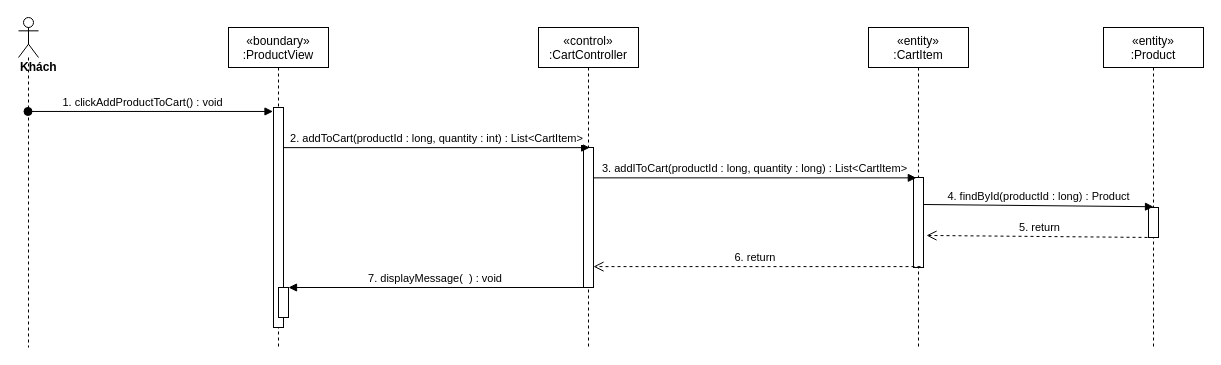
Above: sequence diagram/add-product-toCart-sequence.drawio in nguyenphamvan/datn_20202 (draw.io), before the change. Source tidied: cells renumbered, new cells numbered last; positions are measured from the earlier drawing's top-left corner, leaving out a move shared by most shapes. Both pictures are drawn from the tidied source at 100%, with x=0, y=0 at pixel (18, 17).
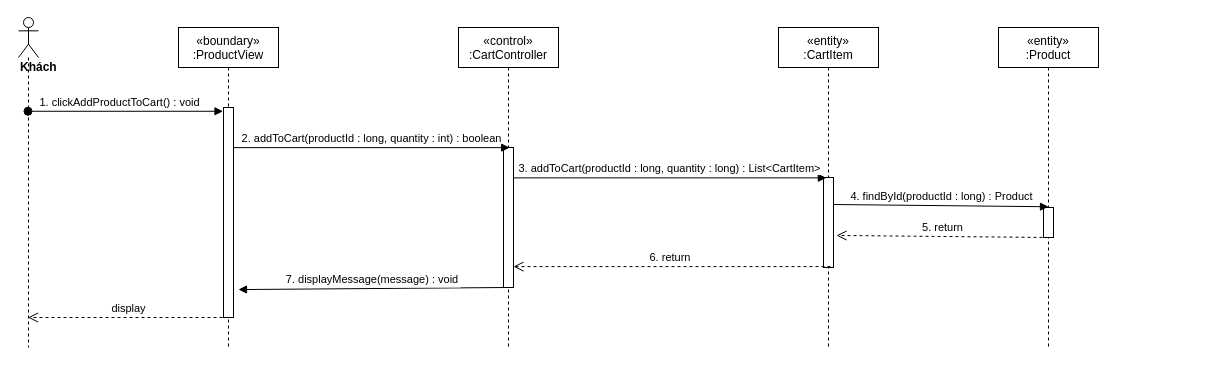
After the change.

What changed in the source:
```diff
@@
 <mxGraphModel>
   <root>
     <mxCell id="0" />
     <mxCell id="1" parent="0" />
     <mxCell id="2" value="«boundary»&#10;:ProductView" style="shape=umlLifeline;perimeter=lifelinePerimeter;rounded=0;shadow=0;strokeWidth=1;" parent="1" vertex="1">
-      <mxGeometry x="210" y="10" width="100" height="320" as="geometry" />
+      <mxGeometry x="160" y="10" width="100" height="320" as="geometry" />
     </mxCell>
     <mxCell id="3" style="points=[];perimeter=orthogonalPerimeter;rounded=0;shadow=0;strokeWidth=1;" parent="2" vertex="1">
-      <mxGeometry x="45" y="80" width="10" height="220" as="geometry" />
+      <mxGeometry x="45" y="80" width="10" height="210" as="geometry" />
     </mxCell>
-    <mxCell id="4" style="html=1;points=[];perimeter=orthogonalPerimeter;" parent="2" vertex="1">
-      <mxGeometry x="50" y="260" width="10" height="30" as="geometry" />
-    </mxCell>
     <mxCell id="5" value="«control»&#10;:CartController" style="shape=umlLifeline;perimeter=lifelinePerimeter;rounded=0;shadow=0;strokeWidth=1;" parent="1" vertex="1">
-      <mxGeometry x="520" y="10" width="100" height="320" as="geometry" />
+      <mxGeometry x="440" y="10" width="100" height="320" as="geometry" />
     </mxCell>
     <mxCell id="6" style="points=[];perimeter=orthogonalPerimeter;rounded=0;shadow=0;strokeWidth=1;" parent="5" vertex="1">
       <mxGeometry x="45" y="120" width="10" height="140" as="geometry" />
     </mxCell>
     <mxCell id="7" value="&lt;div&gt;&lt;b&gt;Khách&lt;/b&gt;&lt;/div&gt;" style="shape=umlLifeline;participant=umlActor;perimeter=lifelinePerimeter;whiteSpace=wrap;html=1;verticalAlign=top;spacingTop=36;outlineConnect=0;align=left;" parent="1" vertex="1">
       <mxGeometry width="20" height="330" as="geometry" />
     </mxCell>
     <mxCell id="8" value="1. clickAddProductToCart() : void" style="verticalAlign=bottom;startArrow=oval;endArrow=block;startSize=8;shadow=0;strokeWidth=1;entryX=-0.05;entryY=0.018;entryDx=0;entryDy=0;entryPerimeter=0;" parent="1" edge="1" source="7" target="3">
       <mxGeometry x="-0.06" relative="1" as="geometry" />
     </mxCell>
     <mxCell id="9" value="«entity»&#10;:CartItem" style="shape=umlLifeline;perimeter=lifelinePerimeter;rounded=0;shadow=0;strokeWidth=1;" parent="1" vertex="1">
-      <mxGeometry x="850" y="10" width="100" height="320" as="geometry" />
+      <mxGeometry x="760" y="10" width="100" height="320" as="geometry" />
     </mxCell>
     <mxCell id="10" style="points=[];perimeter=orthogonalPerimeter;rounded=0;shadow=0;strokeWidth=1;" parent="9" vertex="1">
       <mxGeometry x="45" y="150" width="10" height="90" as="geometry" />
     </mxCell>
-    <mxCell id="11" value="2. addToCart(productId : long, quantity : int) : List&amp;lt;CartItem&amp;gt;" style="html=1;verticalAlign=bottom;endArrow=block;entryX=0.617;entryY=0.001;entryDx=0;entryDy=0;entryPerimeter=0;" parent="1" edge="1" source="3" target="6">
+    <mxCell id="11" value="2. addToCart(productId : long, quantity : int) : boolean" style="html=1;verticalAlign=bottom;endArrow=block;entryX=0.617;entryY=0.001;entryDx=0;entryDy=0;entryPerimeter=0;" parent="1" edge="1" source="3" target="6">
       <mxGeometry relative="1" as="geometry" />
     </mxCell>
-    <mxCell id="12" value="3. addIToCart(productId : long, quantity : long) : List&amp;lt;CartItem&amp;gt;" style="html=1;verticalAlign=bottom;endArrow=block;entryX=0.283;entryY=0.004;entryDx=0;entryDy=0;entryPerimeter=0;" parent="1" edge="1" source="6" target="10">
+    <mxCell id="12" value="3. addToCart(productId : long, quantity : long) : List&amp;lt;CartItem&amp;gt;" style="html=1;verticalAlign=bottom;endArrow=block;entryX=0.283;entryY=0.004;entryDx=0;entryDy=0;entryPerimeter=0;" parent="1" edge="1" source="6" target="10">
       <mxGeometry relative="1" as="geometry" />
     </mxCell>
     <mxCell id="13" value="6. return&amp;nbsp;" style="html=1;verticalAlign=bottom;endArrow=open;dashed=1;endSize=8;exitX=0.7;exitY=0.99;exitDx=0;exitDy=0;exitPerimeter=0;" parent="1" edge="1" source="10" target="6">
       <mxGeometry relative="1" as="geometry" />
     </mxCell>
-    <mxCell id="14" value="7. displayMessage(  ) : void" style="verticalAlign=bottom;endArrow=block;shadow=0;strokeWidth=1;" parent="1" edge="1" source="6" target="4">
+    <mxCell id="14" value="7. displayMessage(message) : void" style="verticalAlign=bottom;endArrow=block;shadow=0;strokeWidth=1;entryX=1.5;entryY=0.867;entryDx=0;entryDy=0;entryPerimeter=0;exitX=0.3;exitY=1;exitDx=0;exitDy=0;exitPerimeter=0;" parent="1" edge="1" source="6" target="3">
       <mxGeometry relative="1" as="geometry" />
     </mxCell>
     <mxCell id="15" value="«entity»&#10;:Product" style="shape=umlLifeline;perimeter=lifelinePerimeter;rounded=0;shadow=0;strokeWidth=1;" parent="1" vertex="1">
-      <mxGeometry x="1085" y="10" width="100" height="320" as="geometry" />
+      <mxGeometry x="980" y="10" width="100" height="320" as="geometry" />
     </mxCell>
     <mxCell id="16" style="points=[];perimeter=orthogonalPerimeter;rounded=0;shadow=0;strokeWidth=1;" parent="15" vertex="1">
       <mxGeometry x="45" y="180" width="10" height="30" as="geometry" />
     </mxCell>
     <mxCell id="17" value="4. findById(productId : long) : Product" style="html=1;verticalAlign=bottom;endArrow=block;exitX=1;exitY=0.3;exitDx=0;exitDy=0;exitPerimeter=0;entryX=0.5;entryY=-0.025;entryDx=0;entryDy=0;entryPerimeter=0;" parent="1" edge="1" source="10" target="16">
       <mxGeometry relative="1" as="geometry" />
     </mxCell>
     <mxCell id="18" value="5. return" style="html=1;verticalAlign=bottom;endArrow=open;dashed=1;endSize=8;exitX=0.5;exitY=1;exitDx=0;exitDy=0;exitPerimeter=0;entryX=1.3;entryY=0.644;entryDx=0;entryDy=0;entryPerimeter=0;" parent="1" edge="1" source="16" target="10">
       <mxGeometry relative="1" as="geometry" />
     </mxCell>
+    <mxCell id="19" value="display" style="html=1;verticalAlign=bottom;endArrow=open;dashed=1;endSize=8;exitX=0.5;exitY=1;exitDx=0;exitDy=0;exitPerimeter=0;" parent="1" edge="1" source="3" target="7">
+      <mxGeometry relative="1" as="geometry" />
+    </mxCell>
   </root>
 </mxGraphModel>
```
